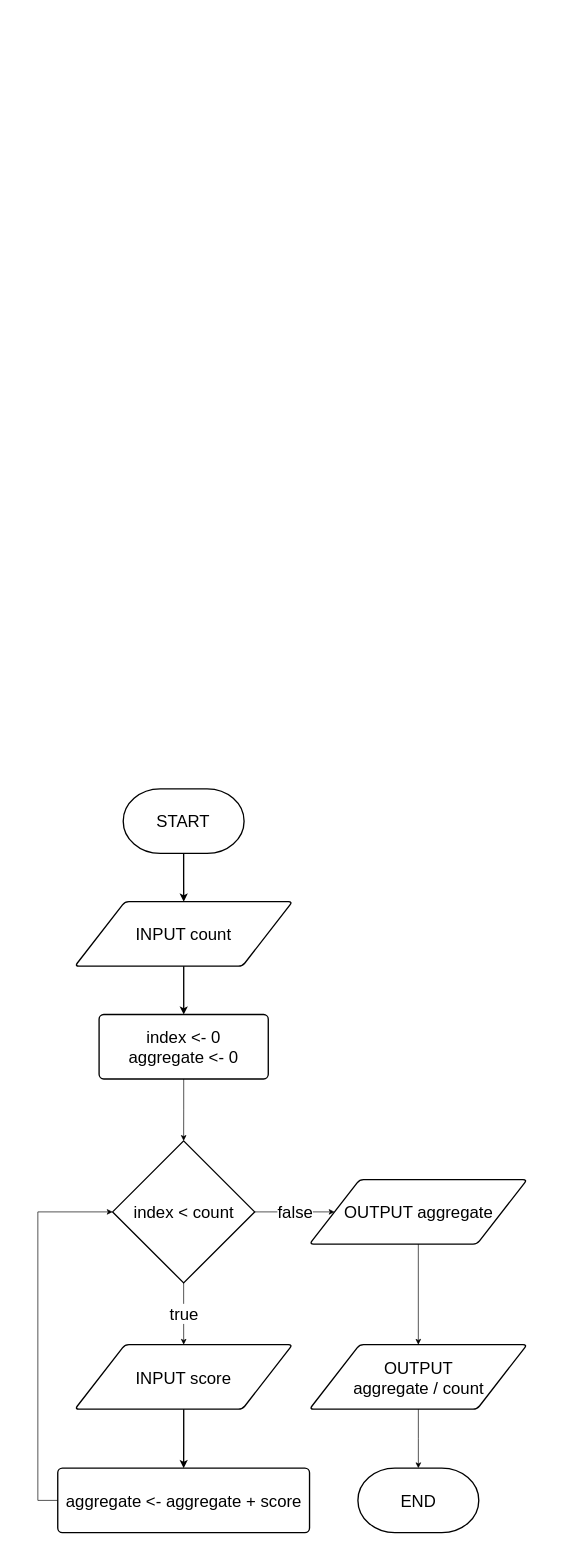
This is sad2pseu.drawio from ashenm/blob, a draw.io file, before an edit. Source tidied: cells renumbered, new cells numbered last; positions are measured from the earlier drawing's top-left corner, leaving out a move shared by most shapes. Both pictures are drawn from the tidied source at 67%, with x=0, y=0 at pixel (38, 789).
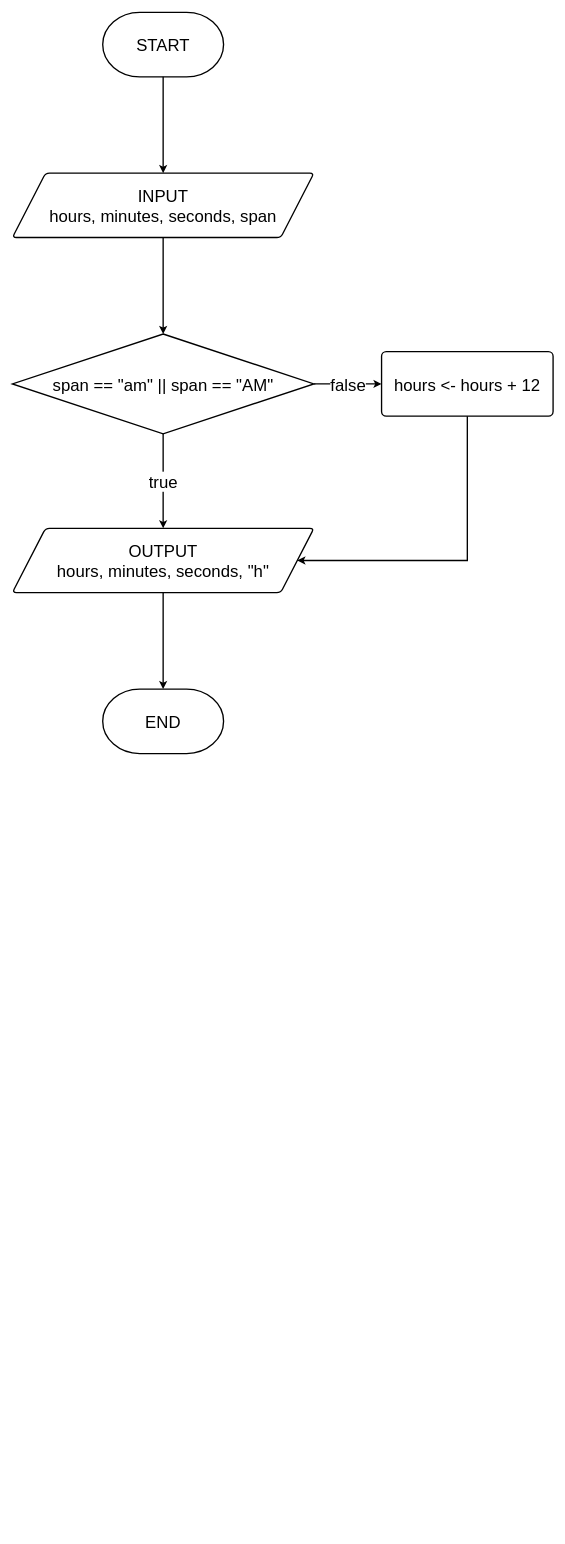
The same diagram, later.

What changed in the source:
```diff
@@
-    <mxCell id="2" style="group;" parent="1" vertex="1">
-      <mxGeometry width="730.2" height="1110" as="geometry" />
-    </mxCell>
-    <mxCell id="3" value="&lt;font style=&quot;font-size: 25px&quot;&gt;START&lt;/font&gt;" style="strokeWidth=2;html=1;shape=mxgraph.flowchart.terminator;whiteSpace=wrap;" parent="2" vertex="1">
-      <mxGeometry x="127.4" width="180.4" height="96.2" as="geometry" />
+    <mxCell id="3" value="&lt;font style=&quot;font-size: 25px&quot;&gt;START&lt;/font&gt;" style="strokeWidth=2;html=1;shape=mxgraph.flowchart.terminator;whiteSpace=wrap;" parent="1" vertex="1">
+      <mxGeometry x="96.8" y="-1159" width="180.4" height="96.2" as="geometry" />
     </mxCell>
+    <mxCell id="5" style="edgeStyle=orthogonalEdgeStyle;rounded=0;jettySize=auto;html=1;strokeWidth=2;" parent="1" edge="1" source="3" target="4">
+      <mxGeometry relative="1" as="geometry" />
+    </mxCell>
-    <mxCell id="4" value="&lt;font style=&quot;font-size: 25px&quot;&gt;INPUT count&lt;/font&gt;" style="shape=parallelogram;html=1;strokeWidth=2;perimeter=parallelogramPerimeter;whiteSpace=wrap;rounded=1;arcSize=12;size=0.23;" parent="2" vertex="1">
-      <mxGeometry x="55.3" y="168.3" width="324.7" height="96.2" as="geometry" />
+    <mxCell id="4" value="&lt;font style=&quot;font-size: 25px&quot;&gt;INPUT&lt;br&gt;hours,&amp;nbsp;minutes, seconds, span&lt;br&gt;&lt;/font&gt;" style="shape=parallelogram;html=1;strokeWidth=2;perimeter=parallelogramPerimeter;whiteSpace=wrap;rounded=1;arcSize=12;size=0.10988022202746152;" parent="1" vertex="1">
+      <mxGeometry x="-38" y="-919" width="450" height="96" as="geometry" />
     </mxCell>
-    <mxCell id="5" style="edgeStyle=orthogonalEdgeStyle;rounded=0;jettySize=auto;html=1;strokeWidth=2;" parent="2" edge="1" source="3" target="4">
-      <mxGeometry relative="1" as="geometry" />
-    </mxCell>
-    <mxCell id="6" value="&lt;font style=&quot;font-size: 25px&quot;&gt;index &amp;lt;- 0&lt;br&gt;aggregate &amp;lt;- 0&lt;br&gt;&lt;/font&gt;" style="rounded=1;whiteSpace=wrap;html=1;absoluteArcSize=1;arcSize=14;strokeWidth=2;" parent="2" vertex="1">
-      <mxGeometry x="91.4" y="336.7" width="252.5" height="96.2" as="geometry" />
-    </mxCell>
-    <mxCell id="7" style="edgeStyle=orthogonalEdgeStyle;rounded=0;jettySize=auto;html=1;strokeWidth=2;" parent="2" edge="1" source="4" target="6">
+    <mxCell id="7" style="edgeStyle=orthogonalEdgeStyle;rounded=0;jettySize=auto;html=1;strokeWidth=2;entryX=0.5;entryY=0;entryDx=0;entryDy=0;entryPerimeter=0;" parent="1" edge="1" source="4" target="21">
       <mxGeometry relative="1" as="geometry" />
     </mxCell>
-    <mxCell id="8" value="&lt;font style=&quot;font-size: 25px&quot;&gt;INPUT score&lt;/font&gt;" style="shape=parallelogram;html=1;strokeWidth=2;perimeter=parallelogramPerimeter;whiteSpace=wrap;rounded=1;arcSize=12;size=0.23;" parent="2" vertex="1">
-      <mxGeometry x="55.3" y="829.5" width="324.7" height="96.2" as="geometry" />
-    </mxCell>
+    <mxCell id="13" value="&lt;font style=&quot;font-size: 25px&quot;&gt;hours &amp;lt;- hours + 12&lt;br&gt;&lt;/font&gt;" style="rounded=1;whiteSpace=wrap;html=1;absoluteArcSize=1;arcSize=14;strokeWidth=2;" parent="1" vertex="1">
+      <mxGeometry x="513" y="-652.6" width="256" height="96.2" as="geometry" />
+    </mxCell>
+    <mxCell id="16" value="&lt;font style=&quot;font-size: 25px&quot;&gt;false&lt;/font&gt;" style="edgeStyle=orthogonalEdgeStyle;rounded=0;jettySize=auto;html=1;strokeWidth=2;" parent="1" edge="1" source="21" target="13">
+      <mxGeometry relative="1" as="geometry" />
+    </mxCell>
+    <mxCell id="21" value="&lt;font style=&quot;font-size: 25px&quot;&gt;span == &quot;am&quot; || span == &quot;AM&quot;&lt;/font&gt;" style="strokeWidth=2;html=1;shape=mxgraph.flowchart.decision;whiteSpace=wrap;" parent="1" vertex="1">
+      <mxGeometry x="-38" y="-679" width="450" height="149" as="geometry" />
+    </mxCell>
+    <mxCell id="22" style="edgeStyle=orthogonalEdgeStyle;rounded=0;jettySize=auto;html=1;strokeWidth=2;" parent="1" edge="1" source="23" target="19">
+      <mxGeometry relative="1" as="geometry" />
+    </mxCell>
+    <mxCell id="23" value="&lt;font style=&quot;font-size: 25px&quot;&gt;OUTPUT&lt;br&gt;hours, minutes, seconds, &quot;h&quot;&lt;br&gt;&lt;/font&gt;" style="shape=parallelogram;html=1;strokeWidth=2;perimeter=parallelogramPerimeter;whiteSpace=wrap;rounded=1;arcSize=12;size=0.10988022202746152;" parent="1" vertex="1">
+      <mxGeometry x="-38" y="-389" width="450" height="96" as="geometry" />
+    </mxCell>
+    <mxCell id="24" style="edgeStyle=orthogonalEdgeStyle;rounded=0;jettySize=auto;html=1;entryX=1;entryY=0.5;entryDx=0;entryDy=0;strokeWidth=2;" parent="1" edge="1" source="13" target="23">
+      <mxGeometry relative="1" as="geometry">
+        <Array as="points">
+          <mxPoint x="641" y="-341" />
+        </Array>
+      </mxGeometry>
+    </mxCell>
-    <mxCell id="9" value="&lt;font style=&quot;font-size: 25px&quot;&gt;true&lt;/font&gt;" style="edgeStyle=orthogonalEdgeStyle;rounded=0;jettySize=auto;html=1;entryX=0.5;entryY=0;entryDx=0;entryDy=0;" parent="2" edge="1" source="10" target="8">
+    <mxCell id="9" value="&lt;font style=&quot;font-size: 25px&quot;&gt;true&lt;/font&gt;" style="edgeStyle=orthogonalEdgeStyle;rounded=0;jettySize=auto;html=1;strokeWidth=2;" parent="1" edge="1" source="21" target="23">
       <mxGeometry relative="1" as="geometry" />
     </mxCell>
-    <mxCell id="10" value="&lt;font style=&quot;font-size: 25px&quot;&gt;index &amp;lt; count&lt;/font&gt;" style="strokeWidth=2;html=1;shape=mxgraph.flowchart.decision;whiteSpace=wrap;" parent="2" vertex="1">
-      <mxGeometry x="111.6" y="525.3" width="212" height="212" as="geometry" />
-    </mxCell>
-    <mxCell id="11" style="edgeStyle=orthogonalEdgeStyle;rounded=0;jettySize=auto;html=1;" parent="2" edge="1" source="6" target="10">
-      <mxGeometry relative="1" as="geometry" />
-    </mxCell>
-    <mxCell id="12" style="edgeStyle=orthogonalEdgeStyle;rounded=0;jettySize=auto;html=1;exitX=0;exitY=0.5;exitDx=0;exitDy=0;entryX=0;entryY=0.5;entryDx=0;entryDy=0;entryPerimeter=0;" parent="2" edge="1" source="13" target="10">
-      <mxGeometry relative="1" as="geometry">
-        <Array as="points">
-          <mxPoint y="1061.7" />
-          <mxPoint y="631.3" />
-        </Array>
-      </mxGeometry>
-    </mxCell>
-    <mxCell id="13" value="&lt;font style=&quot;font-size: 25px&quot;&gt;aggregate &amp;lt;- aggregate + score&lt;br&gt;&lt;/font&gt;" style="rounded=1;whiteSpace=wrap;html=1;absoluteArcSize=1;arcSize=14;strokeWidth=2;" parent="2" vertex="1">
-      <mxGeometry x="29.7" y="1013.8" width="375.8" height="96.2" as="geometry" />
-    </mxCell>
-    <mxCell id="14" style="edgeStyle=orthogonalEdgeStyle;rounded=0;jettySize=auto;html=1;strokeWidth=2;" parent="2" edge="1" source="8" target="13">
-      <mxGeometry relative="1" as="geometry" />
-    </mxCell>
-    <mxCell id="15" value="&lt;font style=&quot;font-size: 25px&quot;&gt;OUTPUT aggregate&lt;/font&gt;" style="shape=parallelogram;html=1;strokeWidth=2;perimeter=parallelogramPerimeter;whiteSpace=wrap;rounded=1;arcSize=12;size=0.23;" parent="2" vertex="1">
-      <mxGeometry x="405.5" y="583.2" width="324.7" height="96.2" as="geometry" />
-    </mxCell>
-    <mxCell id="16" value="&lt;font style=&quot;font-size: 25px&quot;&gt;false&lt;/font&gt;" style="edgeStyle=orthogonalEdgeStyle;rounded=0;jettySize=auto;html=1;entryX=0;entryY=0.5;entryDx=0;entryDy=0;" parent="2" edge="1" source="10" target="15">
-      <mxGeometry relative="1" as="geometry" />
-    </mxCell>
-    <mxCell id="17" value="&lt;font style=&quot;font-size: 25px&quot;&gt;OUTPUT&lt;br&gt;aggregate / count&lt;/font&gt;" style="shape=parallelogram;html=1;strokeWidth=2;perimeter=parallelogramPerimeter;whiteSpace=wrap;rounded=1;arcSize=12;size=0.23;" parent="2" vertex="1">
-      <mxGeometry x="405.5" y="829.5" width="324.7" height="96.2" as="geometry" />
-    </mxCell>
-    <mxCell id="18" style="edgeStyle=orthogonalEdgeStyle;rounded=0;jettySize=auto;html=1;" parent="2" edge="1" source="15" target="17">
-      <mxGeometry relative="1" as="geometry" />
-    </mxCell>
-    <mxCell id="19" value="&lt;font style=&quot;font-size: 25px&quot;&gt;END&lt;/font&gt;" style="strokeWidth=2;html=1;shape=mxgraph.flowchart.terminator;whiteSpace=wrap;" parent="2" vertex="1">
-      <mxGeometry x="477.7" y="1013.8" width="180.4" height="96.2" as="geometry" />
+    <mxCell id="19" value="&lt;font style=&quot;font-size: 25px&quot;&gt;END&lt;/font&gt;" style="strokeWidth=2;html=1;shape=mxgraph.flowchart.terminator;whiteSpace=wrap;" parent="1" vertex="1">
+      <mxGeometry x="96.8" y="-149" width="180.4" height="96.2" as="geometry" />
     </mxCell>
-    <mxCell id="20" style="edgeStyle=orthogonalEdgeStyle;rounded=0;jettySize=auto;html=1;" parent="2" edge="1" source="17" target="19">
-      <mxGeometry relative="1" as="geometry" />
-    </mxCell>
```
